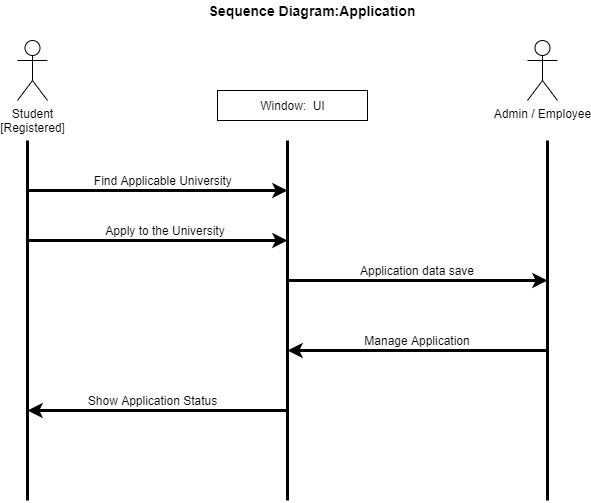
Above: sequence_diagram(Application).png in SabiulSabit/UML-Diagram-For-Project (draw.io), before the change. Source tidied: cells renumbered, new cells last; positions are measured from the earlier drawing's top-left corner, leaving out a move shared by most shapes. Source of this version:
```xml
<mxGraphModel>
  <root>
    <mxCell id="0" />
    <mxCell id="1" parent="0" />
    <mxCell id="2" style="endArrow=none;html=1;strokeWidth=3;" parent="1" edge="1">
      <mxGeometry relative="1" as="geometry">
        <mxPoint x="10" y="500" as="sourcePoint" />
        <mxPoint x="10" y="140" as="targetPoint" />
      </mxGeometry>
    </mxCell>
    <mxCell id="3" style="endArrow=none;html=1;strokeWidth=3;" parent="1" edge="1">
      <mxGeometry relative="1" as="geometry">
        <mxPoint x="270" y="500" as="sourcePoint" />
        <mxPoint x="270" y="140" as="targetPoint" />
      </mxGeometry>
    </mxCell>
    <mxCell id="4" style="endArrow=none;html=1;strokeWidth=3;" parent="1" edge="1">
      <mxGeometry relative="1" as="geometry">
        <mxPoint x="530" y="500" as="sourcePoint" />
        <mxPoint x="530" y="140" as="targetPoint" />
      </mxGeometry>
    </mxCell>
    <mxCell id="5" value="Student&lt;br&gt;[Registered]" style="shape=umlActor;verticalLabelPosition=bottom;labelBackgroundColor=#ffffff;verticalAlign=top;html=1;" parent="1" vertex="1">
      <mxGeometry y="40" width="30" height="60" as="geometry" />
    </mxCell>
    <mxCell id="6" style="endArrow=classic;html=1;strokeWidth=3;" parent="1" edge="1">
      <mxGeometry relative="1" as="geometry">
        <mxPoint x="10" y="190" as="sourcePoint" />
        <mxPoint x="270" y="190" as="targetPoint" />
      </mxGeometry>
    </mxCell>
    <mxCell id="7" value="Find Applicable University&amp;nbsp;" style="text;html=1;strokeColor=none;fillColor=none;align=center;verticalAlign=middle;whiteSpace=wrap;rounded=0;" parent="1" vertex="1">
      <mxGeometry x="70" y="170" width="155" height="20" as="geometry" />
    </mxCell>
    <mxCell id="8" style="endArrow=classic;html=1;strokeWidth=3;" parent="1" edge="1">
      <mxGeometry relative="1" as="geometry">
        <mxPoint x="10" y="240" as="sourcePoint" />
        <mxPoint x="270" y="240" as="targetPoint" />
      </mxGeometry>
    </mxCell>
    <mxCell id="9" value="Apply to the University" style="text;html=1;strokeColor=none;fillColor=none;align=center;verticalAlign=middle;whiteSpace=wrap;rounded=0;" parent="1" vertex="1">
      <mxGeometry x="77.5" y="220" width="140" height="20" as="geometry" />
    </mxCell>
    <mxCell id="10" value="Admin / Employee" style="shape=umlActor;verticalLabelPosition=bottom;labelBackgroundColor=#ffffff;verticalAlign=top;html=1;" parent="1" vertex="1">
      <mxGeometry x="510" y="40" width="30" height="60" as="geometry" />
    </mxCell>
    <mxCell id="11" style="endArrow=classic;html=1;strokeWidth=3;" parent="1" edge="1">
      <mxGeometry relative="1" as="geometry">
        <mxPoint x="270" y="280" as="sourcePoint" />
        <mxPoint x="530" y="280" as="targetPoint" />
      </mxGeometry>
    </mxCell>
    <mxCell id="12" value="Application data save" style="text;html=1;strokeColor=none;fillColor=none;align=center;verticalAlign=middle;whiteSpace=wrap;rounded=0;" parent="1" vertex="1">
      <mxGeometry x="335" y="260" width="130" height="20" as="geometry" />
    </mxCell>
    <mxCell id="13" style="endArrow=classic;html=1;strokeWidth=3;" parent="1" edge="1">
      <mxGeometry relative="1" as="geometry">
        <mxPoint x="530" y="350" as="sourcePoint" />
        <mxPoint x="270" y="350" as="targetPoint" />
      </mxGeometry>
    </mxCell>
    <mxCell id="14" value="Manage Application" style="text;html=1;strokeColor=none;fillColor=none;align=center;verticalAlign=middle;whiteSpace=wrap;rounded=0;" parent="1" vertex="1">
      <mxGeometry x="335" y="330" width="130" height="20" as="geometry" />
    </mxCell>
    <mxCell id="15" style="endArrow=classic;html=1;strokeWidth=3;" parent="1" edge="1">
      <mxGeometry relative="1" as="geometry">
        <mxPoint x="270" y="410" as="sourcePoint" />
        <mxPoint x="10" y="410" as="targetPoint" />
      </mxGeometry>
    </mxCell>
    <mxCell id="16" value="Show Application Status" style="text;html=1;strokeColor=none;fillColor=none;align=center;verticalAlign=middle;whiteSpace=wrap;rounded=0;" parent="1" vertex="1">
      <mxGeometry x="63" y="390" width="145" height="20" as="geometry" />
    </mxCell>
    <mxCell id="17" style="rounded=0;whiteSpace=wrap;html=1;" parent="1" vertex="1">
      <mxGeometry x="200" y="90" width="150" height="30" as="geometry" />
    </mxCell>
    <mxCell id="18" value="Window:&amp;nbsp; UI" style="text;html=1;strokeColor=none;fillColor=none;align=center;verticalAlign=middle;whiteSpace=wrap;rounded=0;" parent="1" vertex="1">
      <mxGeometry x="232.5" y="95" width="85" height="20" as="geometry" />
    </mxCell>
    <mxCell id="19" value="&lt;font style=&quot;font-size: 14px&quot;&gt;&lt;b&gt;Sequence Diagram:Application&lt;/b&gt;&lt;/font&gt;" style="text;html=1;strokeColor=none;fillColor=none;align=center;verticalAlign=middle;whiteSpace=wrap;rounded=0;" parent="1" vertex="1">
      <mxGeometry x="190" width="210" height="20" as="geometry" />
    </mxCell>
  </root>
</mxGraphModel>
```
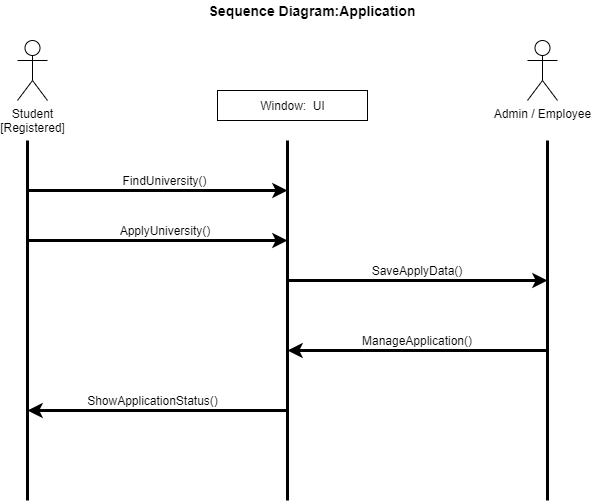
The same diagram one commit later.

Change to the diagram source:
```diff
@@ -29,7 +29,7 @@
         <mxPoint x="270" y="190" as="targetPoint" />
       </mxGeometry>
     </mxCell>
-    <mxCell id="7" value="Find Applicable University&amp;nbsp;" style="text;html=1;strokeColor=none;fillColor=none;align=center;verticalAlign=middle;whiteSpace=wrap;rounded=0;" parent="1" vertex="1">
+    <mxCell id="7" value="FindUniversity()" style="text;html=1;strokeColor=none;fillColor=none;align=center;verticalAlign=middle;whiteSpace=wrap;rounded=0;" parent="1" vertex="1">
       <mxGeometry x="70" y="170" width="155" height="20" as="geometry" />
     </mxCell>
     <mxCell id="8" style="endArrow=classic;html=1;strokeWidth=3;" parent="1" edge="1">
@@ -38,7 +38,7 @@
         <mxPoint x="270" y="240" as="targetPoint" />
       </mxGeometry>
     </mxCell>
-    <mxCell id="9" value="Apply to the University" style="text;html=1;strokeColor=none;fillColor=none;align=center;verticalAlign=middle;whiteSpace=wrap;rounded=0;" parent="1" vertex="1">
+    <mxCell id="9" value="ApplyUniversity()" style="text;html=1;strokeColor=none;fillColor=none;align=center;verticalAlign=middle;whiteSpace=wrap;rounded=0;" parent="1" vertex="1">
       <mxGeometry x="77.5" y="220" width="140" height="20" as="geometry" />
     </mxCell>
     <mxCell id="10" value="Admin / Employee" style="shape=umlActor;verticalLabelPosition=bottom;labelBackgroundColor=#ffffff;verticalAlign=top;html=1;" parent="1" vertex="1">
@@ -50,7 +50,7 @@
         <mxPoint x="530" y="280" as="targetPoint" />
       </mxGeometry>
     </mxCell>
-    <mxCell id="12" value="Application data save" style="text;html=1;strokeColor=none;fillColor=none;align=center;verticalAlign=middle;whiteSpace=wrap;rounded=0;" parent="1" vertex="1">
+    <mxCell id="12" value="SaveApplyData()" style="text;html=1;strokeColor=none;fillColor=none;align=center;verticalAlign=middle;whiteSpace=wrap;rounded=0;" parent="1" vertex="1">
       <mxGeometry x="335" y="260" width="130" height="20" as="geometry" />
     </mxCell>
     <mxCell id="13" style="endArrow=classic;html=1;strokeWidth=3;" parent="1" edge="1">
@@ -59,7 +59,7 @@
         <mxPoint x="270" y="350" as="targetPoint" />
       </mxGeometry>
     </mxCell>
-    <mxCell id="14" value="Manage Application" style="text;html=1;strokeColor=none;fillColor=none;align=center;verticalAlign=middle;whiteSpace=wrap;rounded=0;" parent="1" vertex="1">
+    <mxCell id="14" value="ManageApplication()" style="text;html=1;strokeColor=none;fillColor=none;align=center;verticalAlign=middle;whiteSpace=wrap;rounded=0;" parent="1" vertex="1">
       <mxGeometry x="335" y="330" width="130" height="20" as="geometry" />
     </mxCell>
     <mxCell id="15" style="endArrow=classic;html=1;strokeWidth=3;" parent="1" edge="1">
@@ -68,7 +68,7 @@
         <mxPoint x="10" y="410" as="targetPoint" />
       </mxGeometry>
     </mxCell>
-    <mxCell id="16" value="Show Application Status" style="text;html=1;strokeColor=none;fillColor=none;align=center;verticalAlign=middle;whiteSpace=wrap;rounded=0;" parent="1" vertex="1">
+    <mxCell id="16" value="ShowApplicationStatus()" style="text;html=1;strokeColor=none;fillColor=none;align=center;verticalAlign=middle;whiteSpace=wrap;rounded=0;" parent="1" vertex="1">
       <mxGeometry x="63" y="390" width="145" height="20" as="geometry" />
     </mxCell>
     <mxCell id="17" style="rounded=0;whiteSpace=wrap;html=1;" parent="1" vertex="1">
```
